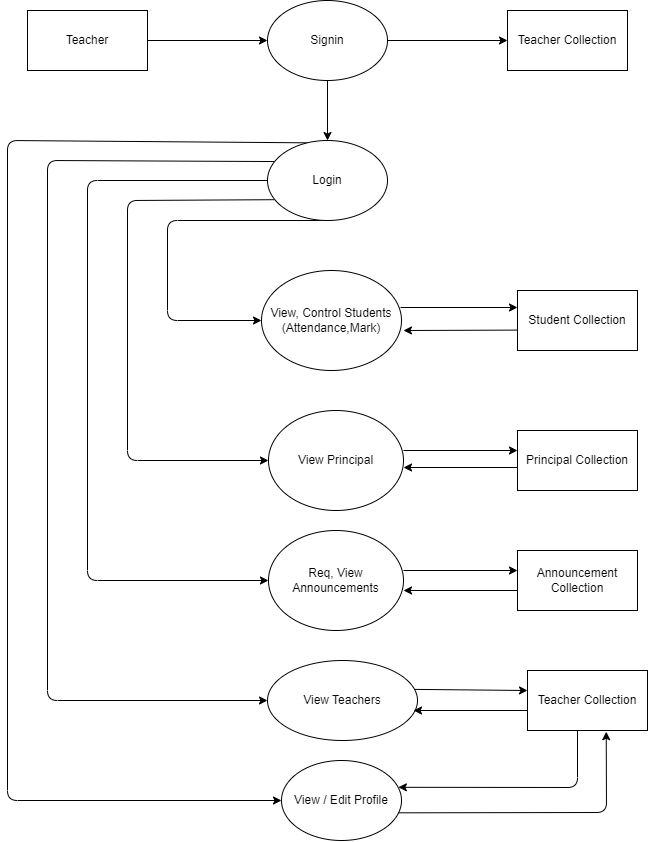
The draw.io diagram DFD/level 1.2.png in rashinkp/Student-Management-System, before a commit. Source tidied: cells renumbered, new cells last; positions are measured from the earlier drawing's top-left corner, leaving out a move shared by most shapes.
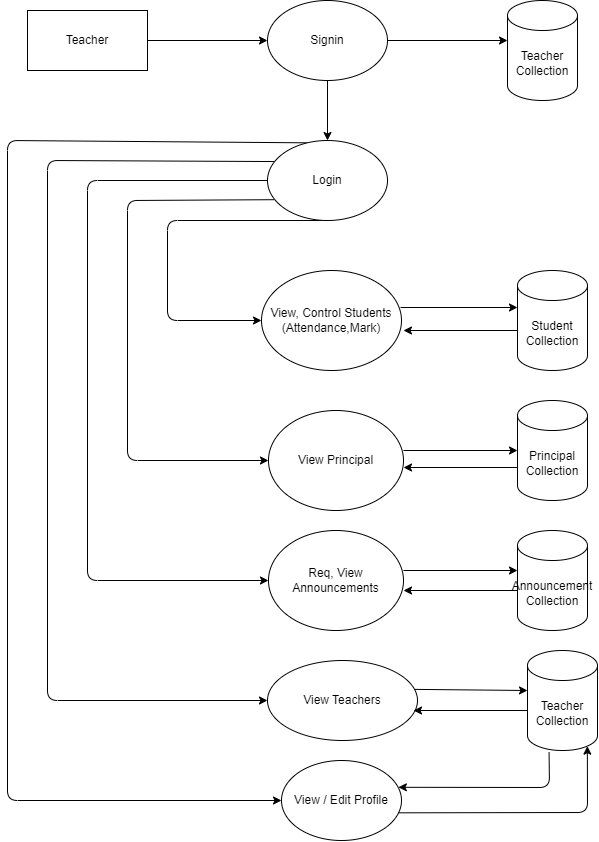
Above is the later version.

Diff of the diagram source:
```diff
@@ -59,12 +59,11 @@
     <mxCell id="11" value="View, Control Students&lt;br&gt;(Attendance,Mark)" style="ellipse;whiteSpace=wrap;html=1;" parent="1" vertex="1">
       <mxGeometry x="254" y="270" width="140" height="100" as="geometry" />
     </mxCell>
-    <mxCell id="12" style="edgeStyle=none;html=1;entryX=1.014;entryY=0.6;entryDx=0;entryDy=0;exitX=-0.002;exitY=0.66;exitDx=0;exitDy=0;exitPerimeter=0;entryPerimeter=0;" parent="1" edge="1" source="13" target="11">
-      <mxGeometry relative="1" as="geometry" />
+    <mxCell id="12" style="edgeStyle=none;html=1;entryX=1.014;entryY=0.6;entryDx=0;entryDy=0;entryPerimeter=0;startArrow=none;" parent="1" edge="1" target="11">
+      <mxGeometry relative="1" as="geometry">
+        <mxPoint x="510" y="330" as="sourcePoint" />
+      </mxGeometry>
     </mxCell>
-    <mxCell id="13" value="Student Collection" style="rounded=0;whiteSpace=wrap;html=1;" parent="1" vertex="1">
-      <mxGeometry x="510" y="290" width="120" height="60" as="geometry" />
-    </mxCell>
     <mxCell id="14" style="edgeStyle=none;html=1;entryX=0;entryY=0.5;entryDx=0;entryDy=0;" parent="1" edge="1">
       <mxGeometry relative="1" as="geometry">
         <mxPoint x="396" y="450" as="sourcePoint" />
@@ -80,9 +79,6 @@
         <mxPoint x="396" y="467" as="targetPoint" />
       </mxGeometry>
     </mxCell>
-    <mxCell id="17" value="Principal Collection" style="rounded=0;whiteSpace=wrap;html=1;" parent="1" vertex="1">
-      <mxGeometry x="510" y="430" width="120" height="60" as="geometry" />
-    </mxCell>
     <mxCell id="18" style="edgeStyle=none;html=1;entryX=0;entryY=0.5;entryDx=0;entryDy=0;" parent="1" edge="1">
       <mxGeometry relative="1" as="geometry">
         <mxPoint x="396" y="570" as="sourcePoint" />
@@ -98,35 +94,27 @@
         <mxPoint x="396" y="590" as="targetPoint" />
       </mxGeometry>
     </mxCell>
-    <mxCell id="21" value="Announcement Collection" style="rounded=0;whiteSpace=wrap;html=1;" parent="1" vertex="1">
-      <mxGeometry x="510" y="550" width="120" height="60" as="geometry" />
-    </mxCell>
     <mxCell id="22" style="edgeStyle=none;html=1;entryX=0.5;entryY=0;entryDx=0;entryDy=0;" parent="1" edge="1" source="24" target="9">
       <mxGeometry relative="1" as="geometry" />
     </mxCell>
-    <mxCell id="23" style="edgeStyle=none;html=1;" parent="1" edge="1" source="24" target="25">
-      <mxGeometry relative="1" as="geometry" />
+    <mxCell id="23" style="edgeStyle=none;html=1;" parent="1" edge="1" source="24">
+      <mxGeometry relative="1" as="geometry">
+        <mxPoint x="500" y="40" as="targetPoint" />
+      </mxGeometry>
     </mxCell>
     <mxCell id="24" value="Signin" style="ellipse;whiteSpace=wrap;html=1;" parent="1" vertex="1">
       <mxGeometry x="260" width="120" height="80" as="geometry" />
     </mxCell>
-    <mxCell id="25" value="Teacher Collection" style="rounded=0;whiteSpace=wrap;html=1;" parent="1" vertex="1">
-      <mxGeometry x="500" y="10" width="120" height="60" as="geometry" />
-    </mxCell>
     <mxCell id="26" value="View Teachers" style="ellipse;whiteSpace=wrap;html=1;" parent="1" vertex="1">
       <mxGeometry x="260" y="660" width="150" height="80" as="geometry" />
     </mxCell>
-    <mxCell id="27" style="edgeStyle=none;html=1;entryX=0.974;entryY=0.335;entryDx=0;entryDy=0;entryPerimeter=0;" parent="1" edge="1" target="32">
+    <mxCell id="27" style="edgeStyle=none;html=1;entryX=0.974;entryY=0.335;entryDx=0;entryDy=0;entryPerimeter=0;exitX=0.308;exitY=1.019;exitDx=0;exitDy=0;exitPerimeter=0;" parent="1" edge="1" source="34" target="32">
       <mxGeometry relative="1" as="geometry">
-        <mxPoint x="570" y="730" as="sourcePoint" />
         <Array as="points">
-          <mxPoint x="570" y="787" />
+          <mxPoint x="542" y="787" />
         </Array>
       </mxGeometry>
     </mxCell>
-    <mxCell id="28" value="Teacher Collection" style="rounded=0;whiteSpace=wrap;html=1;" parent="1" vertex="1">
-      <mxGeometry x="520" y="670" width="120" height="60" as="geometry" />
-    </mxCell>
     <mxCell id="29" style="edgeStyle=none;html=1;" parent="1" edge="1">
       <mxGeometry relative="1" as="geometry">
         <mxPoint x="520" y="710" as="sourcePoint" />
@@ -138,15 +126,30 @@
         <mxPoint x="520" y="690" as="targetPoint" />
       </mxGeometry>
     </mxCell>
-    <mxCell id="31" style="edgeStyle=none;html=1;entryX=0.656;entryY=1.02;entryDx=0;entryDy=0;entryPerimeter=0;exitX=0.974;exitY=0.654;exitDx=0;exitDy=0;exitPerimeter=0;" parent="1" edge="1" source="32" target="28">
+    <mxCell id="31" style="edgeStyle=none;html=1;entryX=0.855;entryY=1;entryDx=0;entryDy=-4.35;entryPerimeter=0;exitX=0.974;exitY=0.654;exitDx=0;exitDy=0;exitPerimeter=0;" parent="1" edge="1" source="32" target="34">
       <mxGeometry relative="1" as="geometry">
         <Array as="points">
-          <mxPoint x="599" y="812" />
+          <mxPoint x="580" y="812" />
         </Array>
       </mxGeometry>
     </mxCell>
     <mxCell id="32" value="View / Edit Profile" style="ellipse;whiteSpace=wrap;html=1;" parent="1" vertex="1">
       <mxGeometry x="274" y="760" width="120" height="80" as="geometry" />
     </mxCell>
+    <mxCell id="33" value="Teacher Collection" style="shape=cylinder3;whiteSpace=wrap;html=1;boundedLbl=1;backgroundOutline=1;size=15;" parent="1" vertex="1">
+      <mxGeometry x="500" width="70" height="100" as="geometry" />
+    </mxCell>
+    <mxCell id="13" value="Student Collection" style="shape=cylinder3;whiteSpace=wrap;html=1;boundedLbl=1;backgroundOutline=1;size=15;" parent="1" vertex="1">
+      <mxGeometry x="510" y="270" width="70" height="100" as="geometry" />
+    </mxCell>
+    <mxCell id="17" value="Principal Collection" style="shape=cylinder3;whiteSpace=wrap;html=1;boundedLbl=1;backgroundOutline=1;size=15;" parent="1" vertex="1">
+      <mxGeometry x="510" y="400" width="70" height="100" as="geometry" />
+    </mxCell>
+    <mxCell id="21" value="Announcement Collection" style="shape=cylinder3;whiteSpace=wrap;html=1;boundedLbl=1;backgroundOutline=1;size=15;" parent="1" vertex="1">
+      <mxGeometry x="510" y="530" width="70" height="100" as="geometry" />
+    </mxCell>
+    <mxCell id="34" value="Teacher Collection" style="shape=cylinder3;whiteSpace=wrap;html=1;boundedLbl=1;backgroundOutline=1;size=15;" parent="1" vertex="1">
+      <mxGeometry x="520" y="650" width="70" height="100" as="geometry" />
+    </mxCell>
   </root>
 </mxGraphModel>
```
